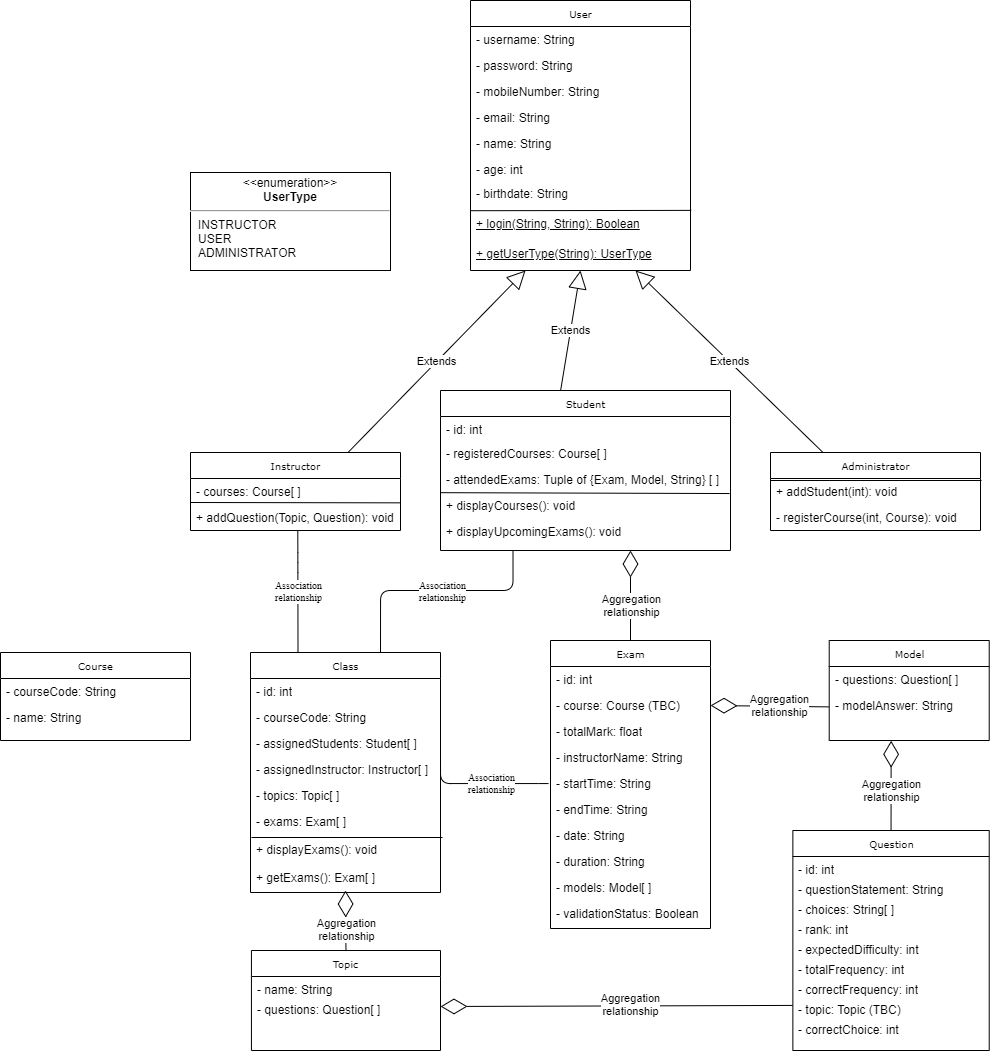
Above: UML.png in aymanred121/Examination-Management-System (draw.io), before the change. Source tidied: cells renumbered, new cells last; positions are measured from the earlier drawing's top-left corner, leaving out a move shared by most shapes.
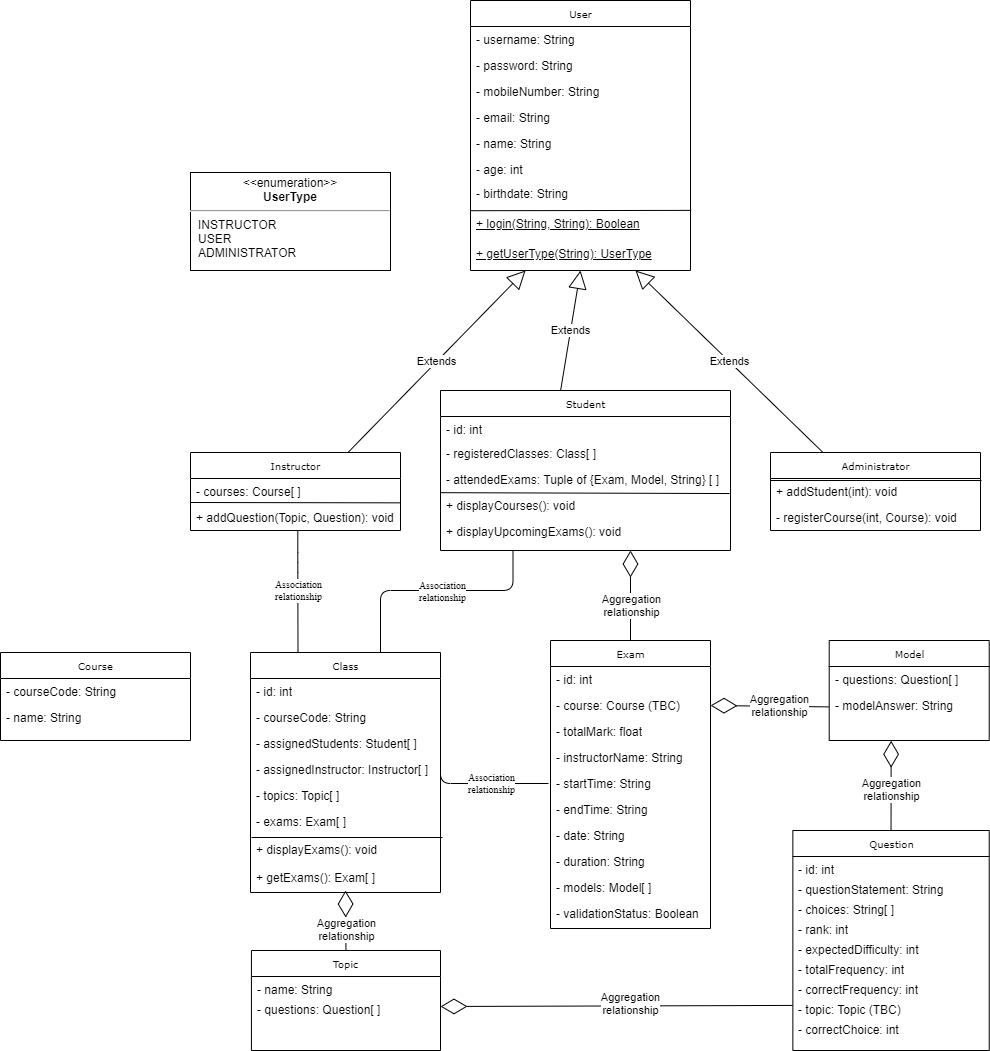
After the commit.

Commit message:
Update Student Entity Type

Diff of the diagram source:
```diff
@@ -130,7 +130,7 @@
     <mxCell id="42" value="- id: int" style="text;html=1;strokeColor=none;fillColor=none;align=left;verticalAlign=top;spacingLeft=4;spacingRight=4;whiteSpace=wrap;overflow=hidden;" parent="41" vertex="1">
       <mxGeometry y="26" width="290" height="24" as="geometry" />
     </mxCell>
-    <mxCell id="43" value="- registeredCourses: Course[ ]" style="text;html=1;strokeColor=none;fillColor=none;align=left;verticalAlign=top;spacingLeft=4;spacingRight=4;whiteSpace=wrap;overflow=hidden;" parent="41" vertex="1">
+    <mxCell id="43" value="- registeredClasses: Class[ ]" style="text;html=1;strokeColor=none;fillColor=none;align=left;verticalAlign=top;spacingLeft=4;spacingRight=4;whiteSpace=wrap;overflow=hidden;" parent="41" vertex="1">
       <mxGeometry y="50" width="290" height="26" as="geometry" />
     </mxCell>
     <mxCell id="44" value="- attendedExams: Tuple of {Exam, Model, String} [ ]" style="text;html=1;strokeColor=none;fillColor=none;align=left;verticalAlign=top;spacingLeft=4;spacingRight=4;whiteSpace=wrap;overflow=hidden;points=[[0,0.5],[1,0.5]];portConstraint=eastwest;" parent="41" vertex="1">
```
